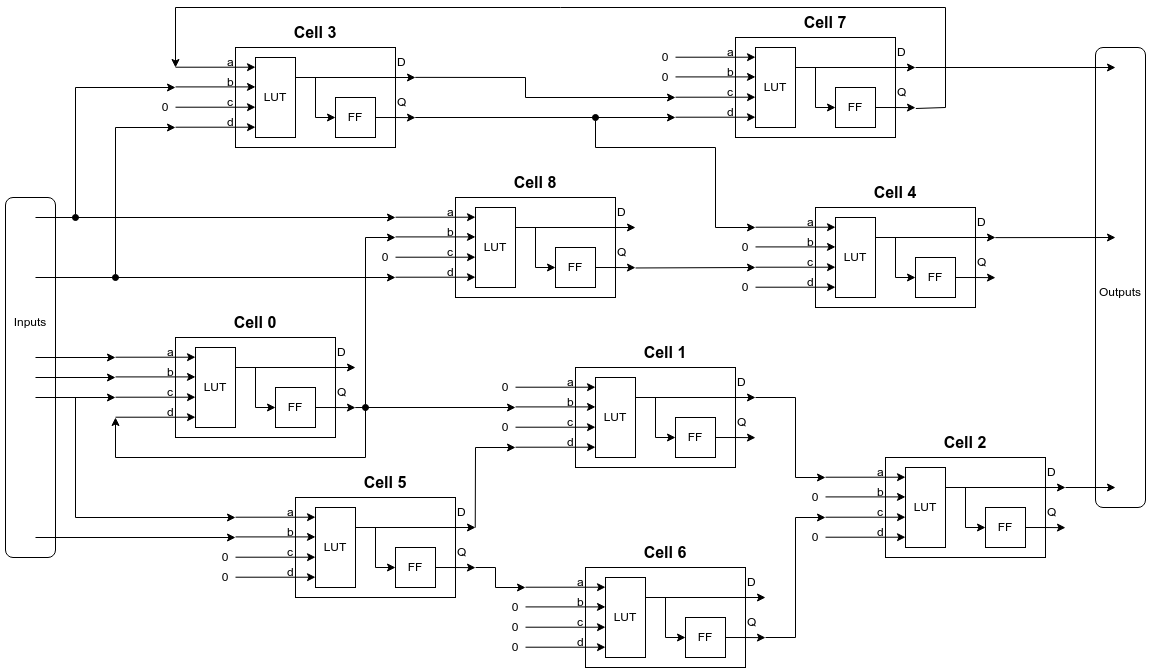
tomverbeure/tomverbeure.github.io keeps this draw.io diagram as assets/cuda_sim/Network_of_LUTFF_cells.png. Above is the earlier version. Source tidied: cells renumbered, new cells last; positions are measured from the earlier drawing's top-left corner, leaving out a move shared by most shapes.
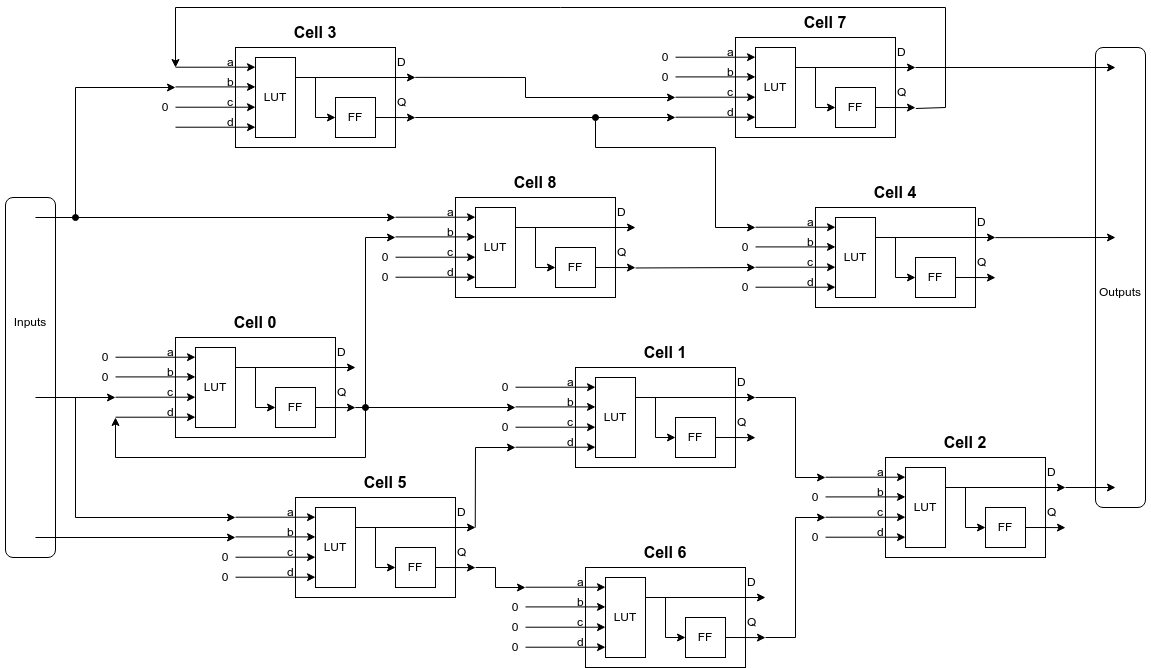
Above is the later version.

Diff of the diagram source:
```diff
@@ -27,12 +27,6 @@
         </Array>
       </mxGeometry>
     </mxCell>
-    <mxCell id="5" style="endArrow=classic;html=1;rounded=0;" parent="1" edge="1">
-      <mxGeometry relative="1" as="geometry">
-        <mxPoint x="35" y="270" as="sourcePoint" />
-        <mxPoint x="395" y="270" as="targetPoint" />
-      </mxGeometry>
-    </mxCell>
     <mxCell id="6" style="endArrow=classic;html=1;rounded=0;exitX=0.329;exitY=1;exitDx=0;exitDy=0;exitPerimeter=0;" parent="1" edge="1">
       <mxGeometry relative="1" as="geometry">
         <mxPoint x="414.7" y="110" as="sourcePoint" />
@@ -50,18 +44,6 @@
         </Array>
       </mxGeometry>
     </mxCell>
-    <mxCell id="8" style="endArrow=classic;html=1;rounded=0;" parent="1" edge="1">
-      <mxGeometry relative="1" as="geometry">
-        <mxPoint x="35" y="350" as="sourcePoint" />
-        <mxPoint x="115" y="350" as="targetPoint" />
-      </mxGeometry>
-    </mxCell>
-    <mxCell id="9" style="endArrow=classic;html=1;rounded=0;" parent="1" edge="1">
-      <mxGeometry relative="1" as="geometry">
-        <mxPoint x="35" y="370" as="sourcePoint" />
-        <mxPoint x="115" y="370" as="targetPoint" />
-      </mxGeometry>
-    </mxCell>
     <mxCell id="10" style="endArrow=classic;html=1;rounded=0;" parent="1" edge="1">
       <mxGeometry relative="1" as="geometry">
         <mxPoint x="35" y="390" as="sourcePoint" />
@@ -165,15 +147,6 @@
     <mxCell id="25" value="Outputs" style="text;html=1;strokeColor=none;fillColor=none;align=center;verticalAlign=middle;whiteSpace=wrap;rounded=0;" parent="1" vertex="1">
       <mxGeometry x="1090" y="270" width="60" height="30" as="geometry" />
     </mxCell>
-    <mxCell id="26" style="endArrow=classic;html=1;rounded=0;startArrow=oval;startFill=1;" parent="1" edge="1">
-      <mxGeometry relative="1" as="geometry">
-        <mxPoint x="115" y="270" as="sourcePoint" />
-        <mxPoint x="175" y="120" as="targetPoint" />
-        <Array as="points">
-          <mxPoint x="115" y="120" />
-        </Array>
-      </mxGeometry>
-    </mxCell>
     <mxCell id="27" value="0" style="text;html=1;strokeColor=none;fillColor=none;align=center;verticalAlign=middle;whiteSpace=wrap;rounded=0;" parent="1" vertex="1">
       <mxGeometry x="215" y="540" width="20" height="20" as="geometry" />
     </mxCell>
@@ -929,5 +902,14 @@
         </Array>
       </mxGeometry>
     </mxCell>
+    <mxCell id="208" value="0" style="text;html=1;strokeColor=none;fillColor=none;align=center;verticalAlign=middle;whiteSpace=wrap;rounded=0;" parent="1" vertex="1">
+      <mxGeometry x="95" y="340" width="20" height="20" as="geometry" />
+    </mxCell>
+    <mxCell id="209" value="0" style="text;html=1;strokeColor=none;fillColor=none;align=center;verticalAlign=middle;whiteSpace=wrap;rounded=0;" parent="1" vertex="1">
+      <mxGeometry x="95" y="360" width="20" height="20" as="geometry" />
+    </mxCell>
+    <mxCell id="210" value="0" style="text;html=1;strokeColor=none;fillColor=none;align=center;verticalAlign=middle;whiteSpace=wrap;rounded=0;" parent="1" vertex="1">
+      <mxGeometry x="375" y="260" width="20" height="20" as="geometry" />
+    </mxCell>
   </root>
 </mxGraphModel>
```
